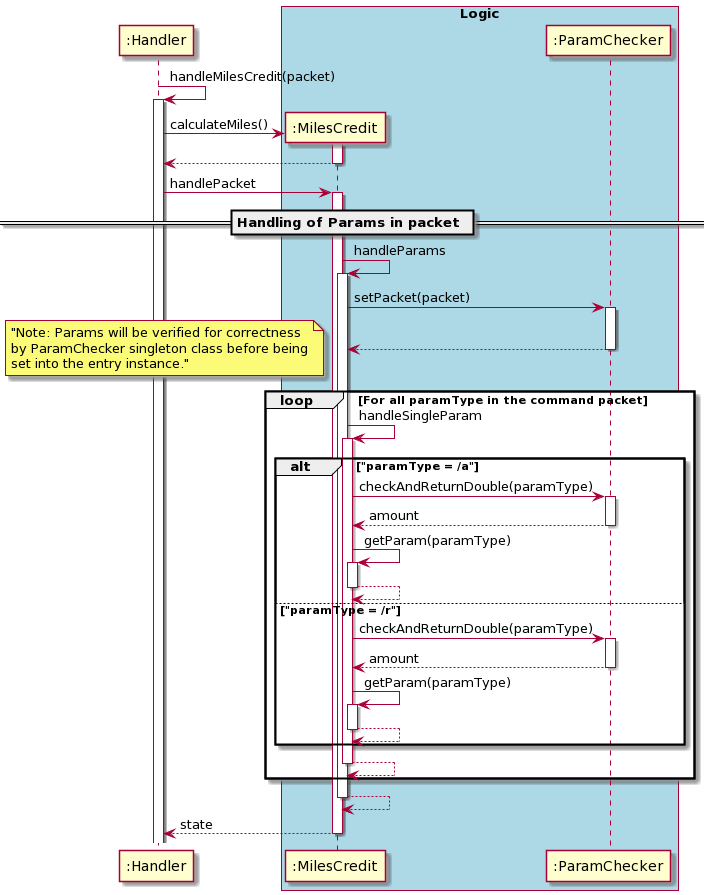
This is docs/uml_images/financetools/MilesCredit/MilesCreditSequenceDiagram(1).png from nus-cs2113-AY2021S1/tp, a PlantUML export, as it was before one commit.
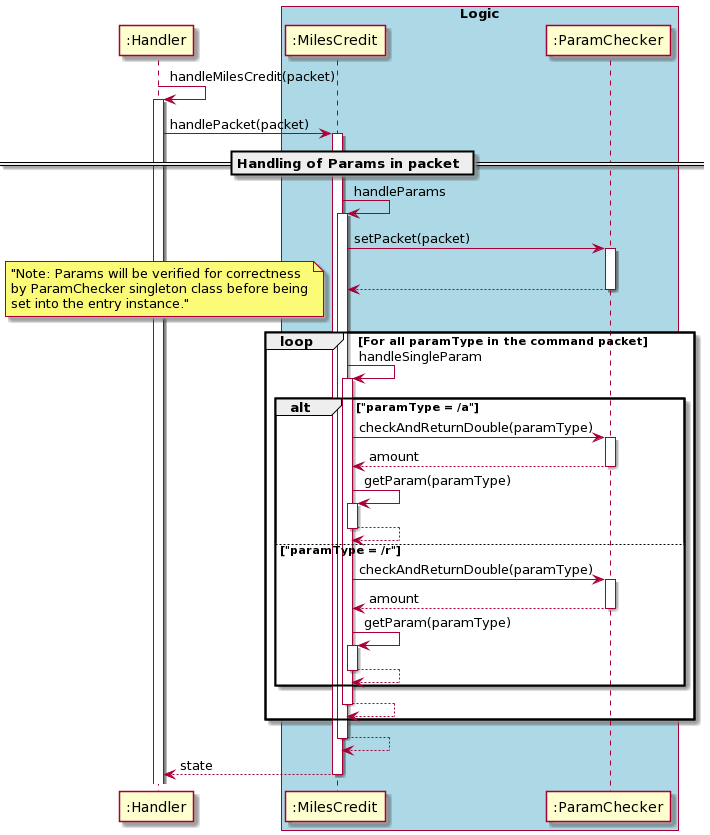
After the commit.

Diff of the diagram source:
```diff
@@ -2,11 +2,8 @@
 autoactivate on
 
 ":Handler" ->":Handler": handleMilesCredit(packet)
-    create ":MilesCredit"
-   ":Handler"-> ":MilesCredit" : calculateMiles()
-    return
 
-   ":Handler"-> ":MilesCredit" : handlePacket
+   ":Handler"-> ":MilesCredit" : handlePacket(packet)
 
         == Handling of Params in packet ==
         ":MilesCredit" -> ":MilesCredit" : handleParams
```
